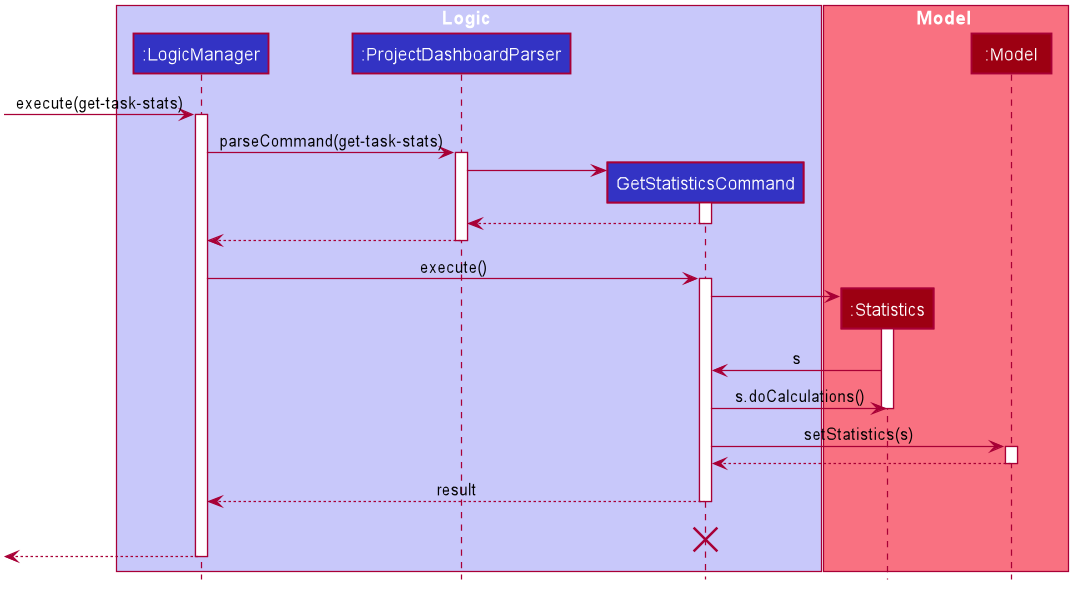
Above: docs/images/GetStatisticsSequenceDiagram.png in nus-cs2103-AY1920S1/addressbook-level3 (PlantUML), before the change. Source of this version:
```plantuml
@startuml








skinparam BackgroundColor #FFFFFFF

skinparam Shadowing false

skinparam Class {
    FontColor #FFFFFF
    BorderThickness 1
    BorderColor #FFFFFF
    StereotypeFontColor #FFFFFF
    FontName Arial
}

skinparam Actor {
    BorderColor #000000
    Color #000000
    FontName Arial
}

skinparam Sequence {
    MessageAlign center
    BoxFontSize 15
    BoxPadding 0
    BoxFontColor #FFFFFF
    FontName Arial
}

skinparam Participant {
    FontColor #FFFFFFF
    Padding 20
}

skinparam MinClassWidth 50
skinparam ParticipantPadding 10
skinparam Shadowing false
skinparam DefaultTextAlignment center
skinparam packageStyle Rectangle

hide footbox
hide members
hide circle

box Logic #C8C8FA
participant ":LogicManager" as LogicManager #3333C4
participant ":ProjectDashboardParser" as ProjectDashboardParser #3333C4
participant "GetStatisticsCommand" as GetStatisticsCommand #3333C4
end box

box Model #F97181
participant ":Statistics" as Statistics #9D0012
participant ":Model" as Model #9D0012
end box

[-> LogicManager : execute(get-task-stats)
activate LogicManager

LogicManager -> ProjectDashboardParser : parseCommand(get-task-stats)
activate ProjectDashboardParser

create GetStatisticsCommand
ProjectDashboardParser -> GetStatisticsCommand
activate GetStatisticsCommand

GetStatisticsCommand --> ProjectDashboardParser
deactivate GetStatisticsCommand

ProjectDashboardParser --> LogicManager
deactivate ProjectDashboardParser

LogicManager -> GetStatisticsCommand : execute()
activate GetStatisticsCommand

create Statistics
GetStatisticsCommand -> Statistics
activate Statistics

Statistics -> GetStatisticsCommand : s

GetStatisticsCommand -> Statistics : s.doCalculations()
deactivate Statistics

GetStatisticsCommand -> Model : setStatistics(s)
activate Model

Model --> GetStatisticsCommand
deactivate Model

GetStatisticsCommand --> LogicManager : result
deactivate GetStatisticsCommand

GetStatisticsCommand -[hidden]-> LogicManager : result
destroy GetStatisticsCommand

[<--LogicManager
deactivate LogicManager
@enduml
```
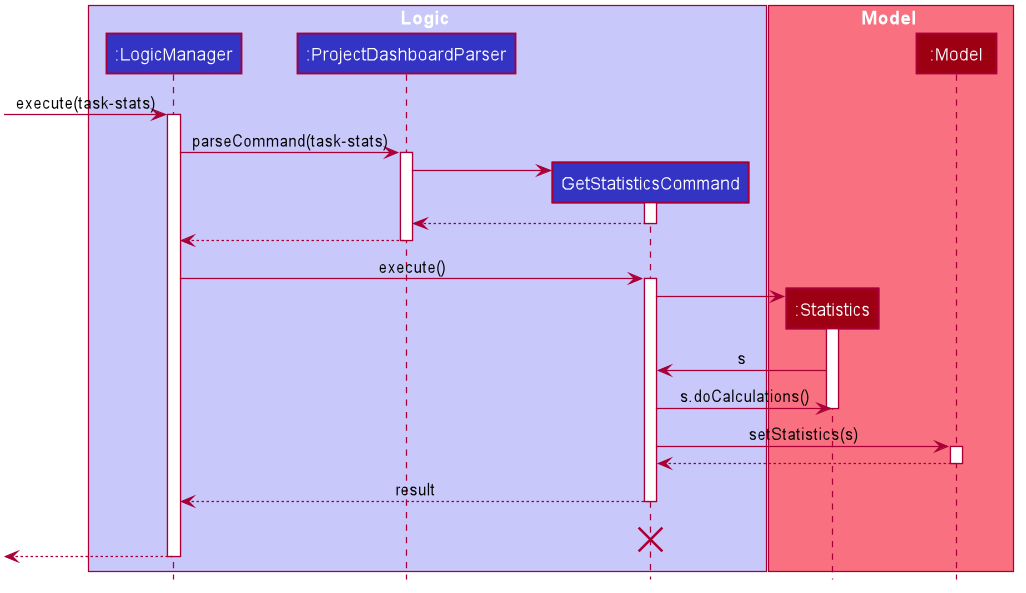
After the commit.

Commit message:
Sequene diagrams

What changed in the source:
```diff
@@ -1,4 +1,5 @@
 @startuml
+
 
 
 
@@ -59,10 +60,10 @@
 participant ":Model" as Model #9D0012
 end box
 
-[-> LogicManager : execute(get-task-stats)
+[-> LogicManager : execute(task-stats)
 activate LogicManager
 
-LogicManager -> ProjectDashboardParser : parseCommand(get-task-stats)
+LogicManager -> ProjectDashboardParser : parseCommand(task-stats)
 activate ProjectDashboardParser
 
 create GetStatisticsCommand
```
